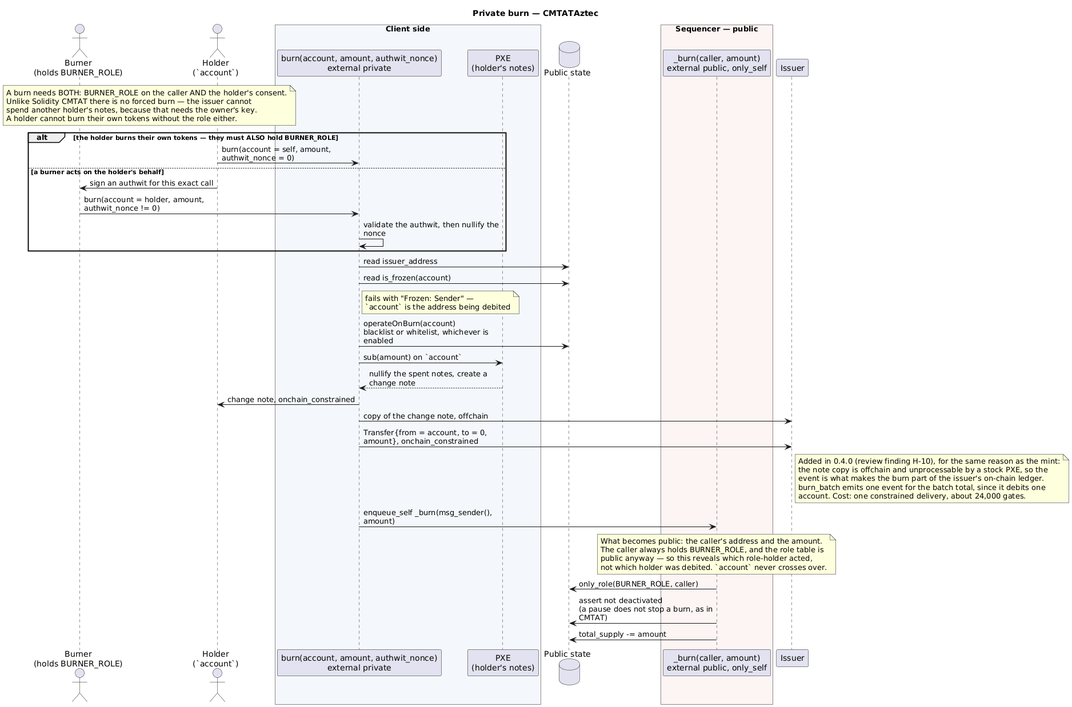
Earlier version of the PlantUML export doc/img/burn-flow.png (CMTA/private-CMTAT-aztec).
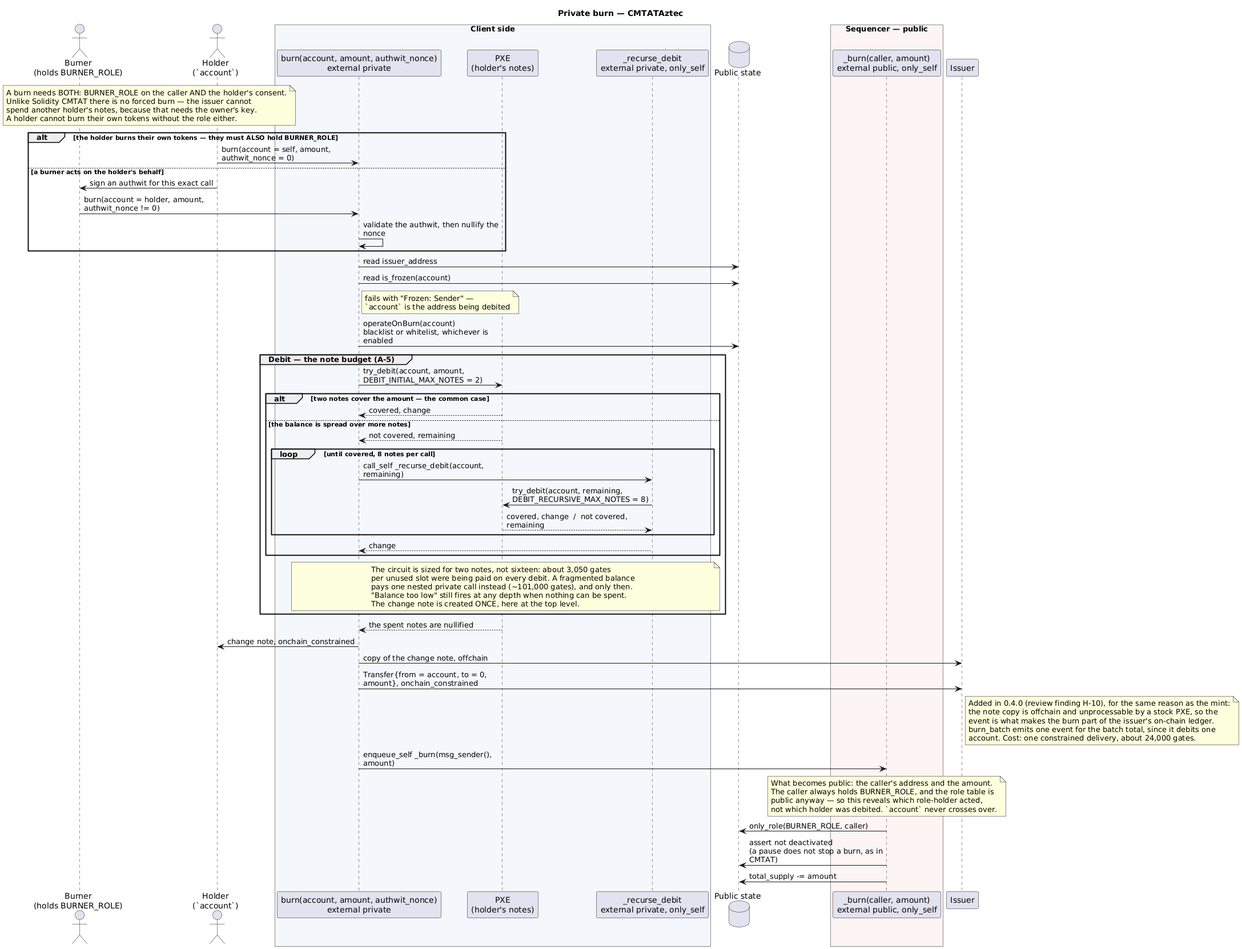
The same file after the commit.

Commit message:
Improve diagram flow

What changed in the source:
```diff
@@ -9,6 +9,7 @@
 box "Client side" #F4F8FC
 participant "burn(account, amount, authwit_nonce)\nexternal private" as Priv
 participant "PXE\n(holder's notes)" as PXE
+  participant "_recurse_debit\nexternal private, only_self" as Recur
 end box
 database "Public state" as PS
 box "Sequencer — public" #FDF4F4
@@ -36,8 +37,28 @@
 note right of Priv : fails with "Frozen: Sender" —\n`account` is the address being debited
 Priv -> PS : operateOnBurn(account)\nblacklist or whitelist, whichever is enabled
 
-Priv -> PXE : sub(amount) on `account`
-PXE --> Priv : nullify the spent notes, create a change note
+  group Debit — the note budget (A-5)
+    Priv -> PXE : try_debit(account, amount, DEBIT_INITIAL_MAX_NOTES = 2)
+    alt two notes cover the amount — the common case
+      PXE --> Priv : covered, change
+    else the balance is spread over more notes
+      PXE --> Priv : not covered, remaining
+      loop until covered, 8 notes per call
+        Priv -> Recur : call_self _recurse_debit(account, remaining)
+        Recur -> PXE : try_debit(account, remaining, DEBIT_RECURSIVE_MAX_NOTES = 8)
+        PXE --> Recur : covered, change  /  not covered, remaining
+      end
+      Recur --> Priv : change
+    end
+    note over Priv, Recur
+      The circuit is sized for two notes, not sixteen: about 3,050 gates
+      per unused slot were being paid on every debit. A fragmented balance
+      pays one nested private call instead (~101,000 gates), and only then.
+      "Balance too low" still fires at any depth when nothing can be spent.
+      The change note is created ONCE, here at the top level.
+    end note
+  end
+PXE --> Priv : the spent notes are nullified
 Priv -> Holder : change note, onchain_constrained
 Priv -> Issuer : copy of the change note, offchain
 Priv -> Issuer : Transfer{from = account, to = 0, amount}, onchain_constrained
```
